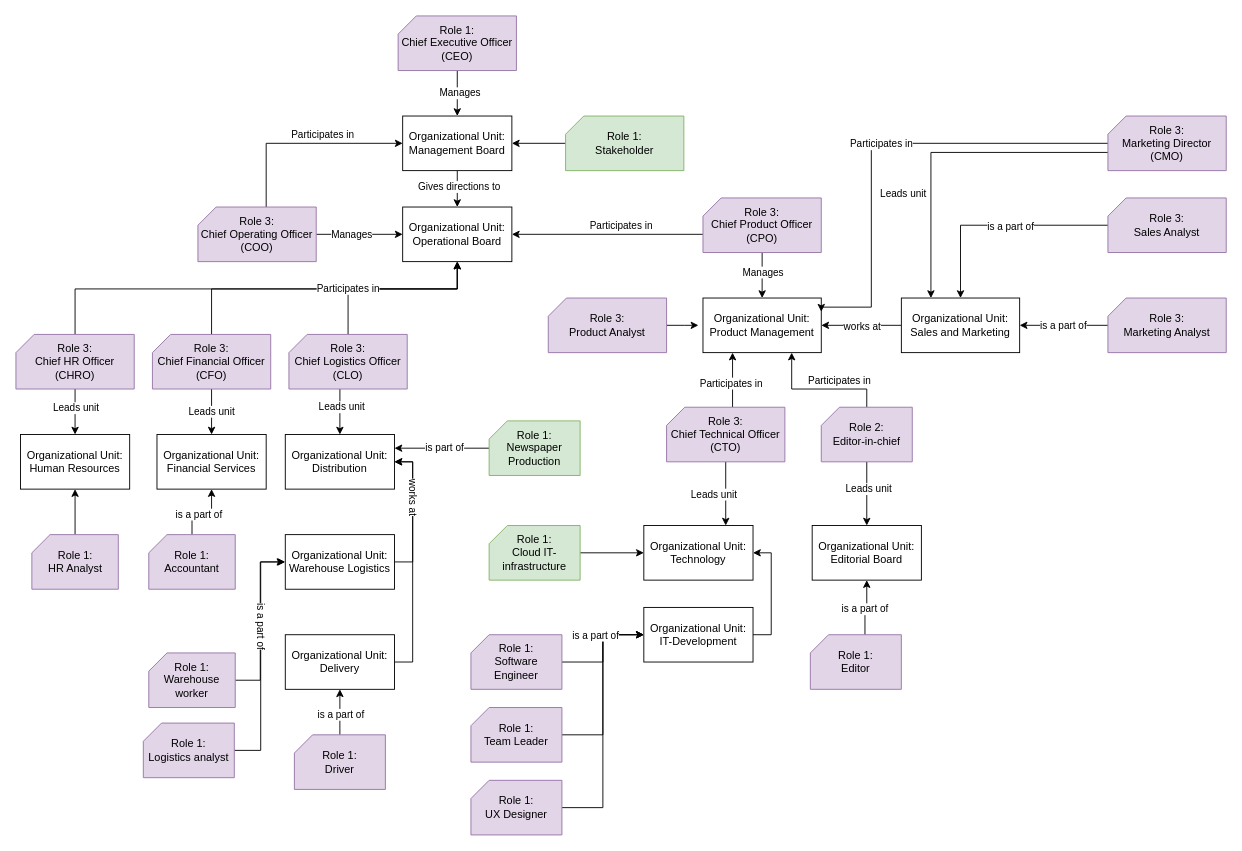
Before: TS_role_actors_models.drawio in gullskatten/TS-models-4em-archi, a draw.io diagram. Source tidied: cells renumbered, new cells numbered last; positions are measured from the earlier drawing's top-left corner, leaving out a move shared by most shapes. Both pictures are drawn from the tidied source at 91%, with x=0, y=0 at pixel (15, 15).
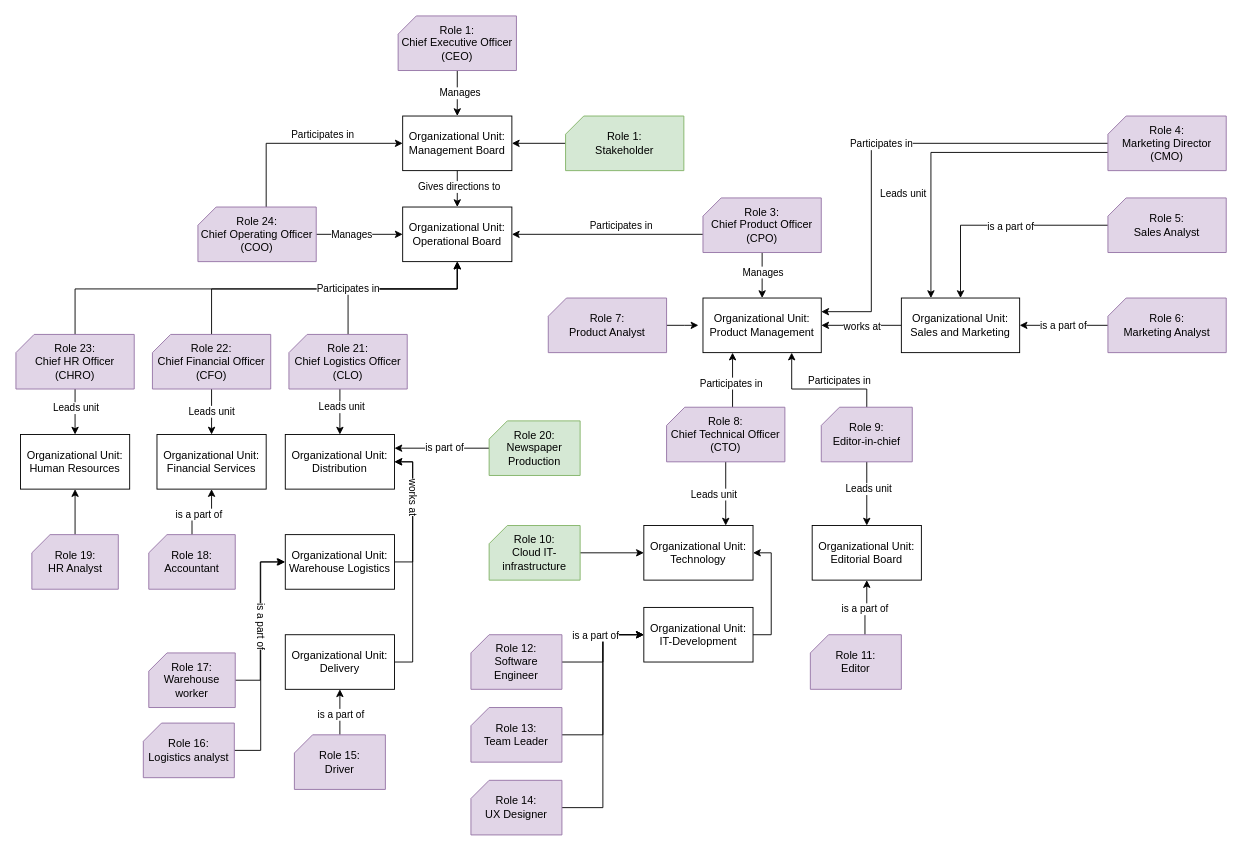
The same diagram, later.

Commit message:
Updated role numbers

Unchanged cells that the change refers to:
```xml
<mxCell id="64" value="Organizational Unit:&lt;br&gt;Product Management" style="rounded=0;whiteSpace=wrap;html=1;" parent="1" vertex="1">
  <mxGeometry x="755" y="310" width="130" height="60" as="geometry" />
</mxCell>
```

What changed in the source:
```diff
@@
-    <mxCell id="4" value="Role 1:&lt;br&gt;Editor" style="verticalLabelPosition=middle;verticalAlign=middle;html=1;shape=card;whiteSpace=wrap;size=20;arcSize=12;fillColor=#e1d5e7;strokeColor=#9673a6;labelPosition=center;align=center;" parent="1" vertex="1">
+    <mxCell id="4" value="Role 11:&lt;br&gt;Editor" style="verticalLabelPosition=middle;verticalAlign=middle;html=1;shape=card;whiteSpace=wrap;size=20;arcSize=12;fillColor=#e1d5e7;strokeColor=#9673a6;labelPosition=center;align=center;" parent="1" vertex="1">
       <mxGeometry x="873" y="680" width="100" height="60" as="geometry" />
     </mxCell>
@@
-    <mxCell id="10" value="Role 2:&lt;br&gt;Editor-in-chief" style="verticalLabelPosition=middle;verticalAlign=middle;html=1;shape=card;whiteSpace=wrap;size=20;arcSize=12;fillColor=#e1d5e7;strokeColor=#9673a6;labelPosition=center;align=center;" parent="1" vertex="1">
+    <mxCell id="10" value="Role 9:&lt;br&gt;Editor-in-chief" style="verticalLabelPosition=middle;verticalAlign=middle;html=1;shape=card;whiteSpace=wrap;size=20;arcSize=12;fillColor=#e1d5e7;strokeColor=#9673a6;labelPosition=center;align=center;" parent="1" vertex="1">
       <mxGeometry x="885" y="430" width="100" height="60" as="geometry" />
     </mxCell>
@@
-    <mxCell id="16" value="Role 3:&lt;br&gt;Chief Financial Officer (CFO)" style="verticalLabelPosition=middle;verticalAlign=middle;html=1;shape=card;whiteSpace=wrap;size=20;arcSize=12;fillColor=#e1d5e7;strokeColor=#9673a6;labelPosition=center;align=center;" parent="1" vertex="1">
+    <mxCell id="16" value="Role 22:&lt;br&gt;Chief Financial Officer (CFO)" style="verticalLabelPosition=middle;verticalAlign=middle;html=1;shape=card;whiteSpace=wrap;size=20;arcSize=12;fillColor=#e1d5e7;strokeColor=#9673a6;labelPosition=center;align=center;" parent="1" vertex="1">
       <mxGeometry x="150" y="350" width="130" height="60" as="geometry" />
     </mxCell>
@@
-    <mxCell id="21" value="Role 3:&lt;br&gt;Chief Technical Officer (CTO)" style="verticalLabelPosition=middle;verticalAlign=middle;html=1;shape=card;whiteSpace=wrap;size=20;arcSize=12;fillColor=#e1d5e7;strokeColor=#9673a6;labelPosition=center;align=center;" parent="1" vertex="1">
+    <mxCell id="21" value="Role 8:&lt;br&gt;Chief Technical Officer (CTO)" style="verticalLabelPosition=middle;verticalAlign=middle;html=1;shape=card;whiteSpace=wrap;size=20;arcSize=12;fillColor=#e1d5e7;strokeColor=#9673a6;labelPosition=center;align=center;" parent="1" vertex="1">
       <mxGeometry x="715" y="430" width="130" height="60" as="geometry" />
     </mxCell>
@@
-    <mxCell id="30" value="Role 3:&lt;br&gt;Chief Operating Officer (COO)" style="verticalLabelPosition=middle;verticalAlign=middle;html=1;shape=card;whiteSpace=wrap;size=20;arcSize=12;fillColor=#e1d5e7;strokeColor=#9673a6;labelPosition=center;align=center;" parent="1" vertex="1">
+    <mxCell id="30" value="Role 24:&lt;br&gt;Chief Operating Officer (COO)" style="verticalLabelPosition=middle;verticalAlign=middle;html=1;shape=card;whiteSpace=wrap;size=20;arcSize=12;fillColor=#e1d5e7;strokeColor=#9673a6;labelPosition=center;align=center;" parent="1" vertex="1">
       <mxGeometry x="200" y="210" width="130" height="60" as="geometry" />
     </mxCell>
@@
-    <mxCell id="40" value="Role 3:&lt;br&gt;Chief HR Officer (CHRO)" style="verticalLabelPosition=middle;verticalAlign=middle;html=1;shape=card;whiteSpace=wrap;size=20;arcSize=12;fillColor=#e1d5e7;strokeColor=#9673a6;labelPosition=center;align=center;" parent="1" vertex="1">
+    <mxCell id="40" value="Role 23:&lt;br&gt;Chief HR Officer (CHRO)" style="verticalLabelPosition=middle;verticalAlign=middle;html=1;shape=card;whiteSpace=wrap;size=20;arcSize=12;fillColor=#e1d5e7;strokeColor=#9673a6;labelPosition=center;align=center;" parent="1" vertex="1">
       <mxGeometry y="350" width="130" height="60" as="geometry" />
     </mxCell>
@@
-    <mxCell id="43" value="Role 1:&lt;br&gt;Driver" style="verticalLabelPosition=middle;verticalAlign=middle;html=1;shape=card;whiteSpace=wrap;size=20;arcSize=12;fillColor=#e1d5e7;strokeColor=#9673a6;labelPosition=center;align=center;" parent="1" vertex="1">
+    <mxCell id="43" value="Role 15:&lt;br&gt;Driver" style="verticalLabelPosition=middle;verticalAlign=middle;html=1;shape=card;whiteSpace=wrap;size=20;arcSize=12;fillColor=#e1d5e7;strokeColor=#9673a6;labelPosition=center;align=center;" parent="1" vertex="1">
       <mxGeometry x="306" y="790" width="100" height="60" as="geometry" />
     </mxCell>
@@
-    <mxCell id="53" value="Role 1:&lt;br&gt;Newspaper Production" style="verticalLabelPosition=middle;verticalAlign=middle;html=1;shape=card;whiteSpace=wrap;size=20;arcSize=12;fillColor=#d5e8d4;strokeColor=#82b366;labelPosition=center;align=center;" parent="1" vertex="1">
+    <mxCell id="53" value="Role 20:&lt;br&gt;Newspaper Production" style="verticalLabelPosition=middle;verticalAlign=middle;html=1;shape=card;whiteSpace=wrap;size=20;arcSize=12;fillColor=#d5e8d4;strokeColor=#82b366;labelPosition=center;align=center;" parent="1" vertex="1">
       <mxGeometry x="520" y="445" width="100" height="60" as="geometry" />
     </mxCell>
@@
-    <mxCell id="58" value="Role 3:&lt;br&gt;Chief Logistics Officer (CLO)" style="verticalLabelPosition=middle;verticalAlign=middle;html=1;shape=card;whiteSpace=wrap;size=20;arcSize=12;fillColor=#e1d5e7;strokeColor=#9673a6;labelPosition=center;align=center;" parent="1" vertex="1">
+    <mxCell id="58" value="Role 21:&lt;br&gt;Chief Logistics Officer (CLO)" style="verticalLabelPosition=middle;verticalAlign=middle;html=1;shape=card;whiteSpace=wrap;size=20;arcSize=12;fillColor=#e1d5e7;strokeColor=#9673a6;labelPosition=center;align=center;" parent="1" vertex="1">
       <mxGeometry x="300" y="350" width="130" height="60" as="geometry" />
     </mxCell>
@@
-    <mxCell id="66" value="Role 3:&lt;br&gt;Product Analyst" style="verticalLabelPosition=middle;verticalAlign=middle;html=1;shape=card;whiteSpace=wrap;size=20;arcSize=12;fillColor=#e1d5e7;strokeColor=#9673a6;labelPosition=center;align=center;" parent="1" vertex="1">
+    <mxCell id="66" value="Role 7:&lt;br&gt;Product Analyst" style="verticalLabelPosition=middle;verticalAlign=middle;html=1;shape=card;whiteSpace=wrap;size=20;arcSize=12;fillColor=#e1d5e7;strokeColor=#9673a6;labelPosition=center;align=center;" parent="1" vertex="1">
       <mxGeometry x="585" y="310" width="130" height="60" as="geometry" />
     </mxCell>
@@
-    <mxCell id="68" value="Role 1:&lt;br&gt;Warehouse worker" style="verticalLabelPosition=middle;verticalAlign=middle;html=1;shape=card;whiteSpace=wrap;size=20;arcSize=12;fillColor=#e1d5e7;strokeColor=#9673a6;labelPosition=center;align=center;" parent="1" vertex="1">
+    <mxCell id="68" value="Role 17:&lt;br&gt;Warehouse worker" style="verticalLabelPosition=middle;verticalAlign=middle;html=1;shape=card;whiteSpace=wrap;size=20;arcSize=12;fillColor=#e1d5e7;strokeColor=#9673a6;labelPosition=center;align=center;" parent="1" vertex="1">
       <mxGeometry x="146" y="700" width="95" height="60" as="geometry" />
     </mxCell>
@@
-    <mxCell id="71" value="Role 1:&lt;br&gt;Logistics analyst" style="verticalLabelPosition=middle;verticalAlign=middle;html=1;shape=card;whiteSpace=wrap;size=20;arcSize=12;fillColor=#e1d5e7;strokeColor=#9673a6;labelPosition=center;align=center;" parent="1" vertex="1">
+    <mxCell id="71" value="Role 16:&lt;br&gt;Logistics analyst" style="verticalLabelPosition=middle;verticalAlign=middle;html=1;shape=card;whiteSpace=wrap;size=20;arcSize=12;fillColor=#e1d5e7;strokeColor=#9673a6;labelPosition=center;align=center;" parent="1" vertex="1">
       <mxGeometry x="140" y="777.1" width="100" height="60" as="geometry" />
     </mxCell>
@@
-    <mxCell id="74" value="Role 1:&lt;br&gt;Accountant" style="verticalLabelPosition=middle;verticalAlign=middle;html=1;shape=card;whiteSpace=wrap;size=20;arcSize=12;fillColor=#e1d5e7;strokeColor=#9673a6;labelPosition=center;align=center;" parent="1" vertex="1">
+    <mxCell id="74" value="Role 18:&lt;br&gt;Accountant" style="verticalLabelPosition=middle;verticalAlign=middle;html=1;shape=card;whiteSpace=wrap;size=20;arcSize=12;fillColor=#e1d5e7;strokeColor=#9673a6;labelPosition=center;align=center;" parent="1" vertex="1">
       <mxGeometry x="146" y="570" width="95" height="60" as="geometry" />
     </mxCell>
@@
-    <mxCell id="76" value="Role 1:&lt;br&gt;HR Analyst" style="verticalLabelPosition=middle;verticalAlign=middle;html=1;shape=card;whiteSpace=wrap;size=20;arcSize=12;fillColor=#e1d5e7;strokeColor=#9673a6;labelPosition=center;align=center;" parent="1" vertex="1">
+    <mxCell id="76" value="Role 19:&lt;br&gt;HR Analyst" style="verticalLabelPosition=middle;verticalAlign=middle;html=1;shape=card;whiteSpace=wrap;size=20;arcSize=12;fillColor=#e1d5e7;strokeColor=#9673a6;labelPosition=center;align=center;" parent="1" vertex="1">
       <mxGeometry x="17.5" y="570" width="95" height="60" as="geometry" />
     </mxCell>
@@
-    <mxCell id="79" value="Role 3:&lt;br&gt;Marketing Analyst" style="verticalLabelPosition=middle;verticalAlign=middle;html=1;shape=card;whiteSpace=wrap;size=20;arcSize=12;fillColor=#e1d5e7;strokeColor=#9673a6;labelPosition=center;align=center;" parent="1" vertex="1">
+    <mxCell id="79" value="Role 6:&lt;br&gt;Marketing Analyst" style="verticalLabelPosition=middle;verticalAlign=middle;html=1;shape=card;whiteSpace=wrap;size=20;arcSize=12;fillColor=#e1d5e7;strokeColor=#9673a6;labelPosition=center;align=center;" parent="1" vertex="1">
       <mxGeometry x="1200" y="310" width="130" height="60" as="geometry" />
     </mxCell>
@@
-    <mxCell id="85" value="Role 3:&lt;br&gt;Sales Analyst" style="verticalLabelPosition=middle;verticalAlign=middle;html=1;shape=card;whiteSpace=wrap;size=20;arcSize=12;fillColor=#e1d5e7;strokeColor=#9673a6;labelPosition=center;align=center;" parent="1" vertex="1">
+    <mxCell id="85" value="Role 5:&lt;br&gt;Sales Analyst" style="verticalLabelPosition=middle;verticalAlign=middle;html=1;shape=card;whiteSpace=wrap;size=20;arcSize=12;fillColor=#e1d5e7;strokeColor=#9673a6;labelPosition=center;align=center;" parent="1" vertex="1">
       <mxGeometry x="1200" y="200" width="130" height="60" as="geometry" />
     </mxCell>
     <mxCell id="86" style="edgeStyle=orthogonalEdgeStyle;rounded=0;jettySize=auto;html=1;entryX=1;entryY=0.25;entryDx=0;entryDy=0;" parent="1" edge="1" source="90" target="64">
       <mxGeometry relative="1" as="geometry">
         <Array as="points">
           <mxPoint x="940" y="140" />
-          <mxPoint x="940" y="320" />
-          <mxPoint x="885" y="320" />
+          <mxPoint x="940" y="325" />
         </Array>
       </mxGeometry>
     </mxCell>
@@
-    <mxCell id="90" value="Role 3:&lt;br&gt;Marketing Director (CMO)" style="verticalLabelPosition=middle;verticalAlign=middle;html=1;shape=card;whiteSpace=wrap;size=20;arcSize=12;fillColor=#e1d5e7;strokeColor=#9673a6;labelPosition=center;align=center;" parent="1" vertex="1">
+    <mxCell id="90" value="Role 4:&lt;br&gt;Marketing Director (CMO)" style="verticalLabelPosition=middle;verticalAlign=middle;html=1;shape=card;whiteSpace=wrap;size=20;arcSize=12;fillColor=#e1d5e7;strokeColor=#9673a6;labelPosition=center;align=center;" parent="1" vertex="1">
       <mxGeometry x="1200" y="110" width="130" height="60" as="geometry" />
     </mxCell>
@@
-    <mxCell id="92" value="Role 1:&lt;br&gt;Cloud IT-infrastructure" style="verticalLabelPosition=middle;verticalAlign=middle;html=1;shape=card;whiteSpace=wrap;size=20;arcSize=12;fillColor=#d5e8d4;strokeColor=#82b366;labelPosition=center;align=center;" parent="1" vertex="1">
+    <mxCell id="92" value="Role 10:&lt;br&gt;Cloud IT-infrastructure" style="verticalLabelPosition=middle;verticalAlign=middle;html=1;shape=card;whiteSpace=wrap;size=20;arcSize=12;fillColor=#d5e8d4;strokeColor=#82b366;labelPosition=center;align=center;" parent="1" vertex="1">
       <mxGeometry x="520" y="560" width="100" height="60" as="geometry" />
     </mxCell>
@@
-    <mxCell id="94" value="Role 1:&lt;br&gt;Software Engineer" style="verticalLabelPosition=middle;verticalAlign=middle;html=1;shape=card;whiteSpace=wrap;size=20;arcSize=12;fillColor=#e1d5e7;strokeColor=#9673a6;labelPosition=center;align=center;" parent="1" vertex="1">
+    <mxCell id="94" value="Role 12:&lt;br&gt;Software Engineer" style="verticalLabelPosition=middle;verticalAlign=middle;html=1;shape=card;whiteSpace=wrap;size=20;arcSize=12;fillColor=#e1d5e7;strokeColor=#9673a6;labelPosition=center;align=center;" parent="1" vertex="1">
       <mxGeometry x="500" y="680" width="100" height="60" as="geometry" />
     </mxCell>
@@
-    <mxCell id="96" value="Role 1:&lt;br&gt;Team Leader" style="verticalLabelPosition=middle;verticalAlign=middle;html=1;shape=card;whiteSpace=wrap;size=20;arcSize=12;fillColor=#e1d5e7;strokeColor=#9673a6;labelPosition=center;align=center;" parent="1" vertex="1">
+    <mxCell id="96" value="Role 13:&lt;br&gt;Team Leader" style="verticalLabelPosition=middle;verticalAlign=middle;html=1;shape=card;whiteSpace=wrap;size=20;arcSize=12;fillColor=#e1d5e7;strokeColor=#9673a6;labelPosition=center;align=center;" parent="1" vertex="1">
       <mxGeometry x="500" y="760" width="100" height="60" as="geometry" />
     </mxCell>
@@
-    <mxCell id="99" value="Role 1:&lt;br&gt;UX Designer" style="verticalLabelPosition=middle;verticalAlign=middle;html=1;shape=card;whiteSpace=wrap;size=20;arcSize=12;fillColor=#e1d5e7;strokeColor=#9673a6;labelPosition=center;align=center;" parent="1" vertex="1">
+    <mxCell id="99" value="Role 14:&lt;br&gt;UX Designer" style="verticalLabelPosition=middle;verticalAlign=middle;html=1;shape=card;whiteSpace=wrap;size=20;arcSize=12;fillColor=#e1d5e7;strokeColor=#9673a6;labelPosition=center;align=center;" parent="1" vertex="1">
       <mxGeometry x="500" y="840" width="100" height="60" as="geometry" />
     </mxCell>
```
